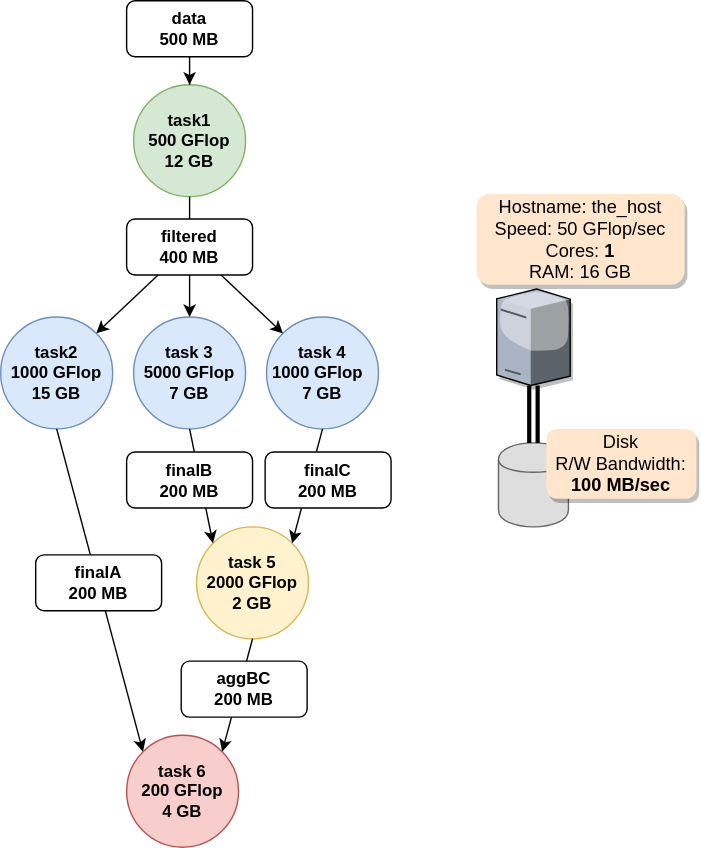
wrench-project/eduwrench keeps this draw.io diagram as web/_includes/simulation_imgs/workflow_fundamentals.svg. Above is the earlier version. Source tidied: cells renumbered, new cells last; positions are measured from the earlier drawing's top-left corner, leaving out a move shared by most shapes. Its diagram source:
```xml
<mxGraphModel>
  <root>
    <mxCell id="0" />
    <mxCell id="1" parent="0" />
    <mxCell id="2" value="&lt;div style=&quot;text-align: left&quot;&gt;&lt;br&gt;&lt;/div&gt;" style="verticalLabelPosition=bottom;html=1;verticalAlign=top;strokeColor=none;align=center;outlineConnect=0;shape=mxgraph.citrix.tower_server;shadow=1;" parent="1" vertex="1">
      <mxGeometry x="354.5" y="206" width="52.5" height="69" as="geometry" />
    </mxCell>
    <mxCell id="3" style="shape=cylinder;whiteSpace=wrap;html=1;boundedLbl=1;backgroundOutline=1;fillColor=#DEDEDE;strokeColor=#666666;fontColor=#333333;" parent="1" vertex="1">
      <mxGeometry x="355.8" y="316" width="50" height="60" as="geometry" />
    </mxCell>
    <mxCell id="4" value="&lt;div style=&quot;font-size: 13px;&quot;&gt;Disk&lt;/div&gt;&lt;div style=&quot;font-size: 13px;&quot;&gt;R/W Bandwidth: &lt;br style=&quot;font-size: 13px;&quot;&gt;&lt;/div&gt;&lt;div style=&quot;font-size: 13px;&quot;&gt;&lt;b style=&quot;font-size: 13px;&quot;&gt;100&amp;nbsp; MB/sec&lt;/b&gt;&lt;br style=&quot;font-size: 13px;&quot;&gt;&lt;/div&gt;" style="rounded=1;whiteSpace=wrap;html=1;fillColor=#ffe6cc;strokeColor=none;gradientColor=none;shadow=1;fontSize=13;" parent="1" vertex="1">
      <mxGeometry x="390" y="306" width="107.2" height="50" as="geometry" />
    </mxCell>
    <mxCell id="5" style="shape=link;html=1;strokeWidth=3;" parent="1" edge="1" source="3" target="2">
      <mxGeometry relative="1" as="geometry" />
    </mxCell>
    <mxCell id="6" value="&lt;div style=&quot;font-size: 13px&quot;&gt;&lt;span style=&quot;font-size: 13px&quot;&gt;Hostname: the_host&lt;/span&gt;&lt;/div&gt;&lt;div style=&quot;font-size: 13px&quot;&gt;&lt;span style=&quot;font-size: 13px&quot;&gt;Speed: 50 GFlop/sec&lt;/span&gt;&lt;/div&gt;&lt;div style=&quot;font-size: 13px&quot;&gt;&lt;span style=&quot;font-size: 13px&quot;&gt;Cores: &lt;b style=&quot;font-size: 13px&quot;&gt;1&lt;/b&gt;&lt;br style=&quot;font-size: 13px&quot;&gt;&lt;/span&gt;&lt;/div&gt;&lt;div style=&quot;font-size: 13px&quot;&gt;&lt;span style=&quot;font-size: 13px&quot;&gt;RAM: 16 GB&lt;/span&gt;&lt;/div&gt;" style="rounded=1;whiteSpace=wrap;html=1;fillColor=#ffe6cc;strokeColor=none;gradientColor=none;shadow=1;fontSize=13;" parent="1" vertex="1">
      <mxGeometry x="340" y="138" width="148.8" height="65" as="geometry" />
    </mxCell>
    <mxCell id="7" value="&lt;div&gt;&lt;br&gt;&lt;/div&gt;&lt;div&gt;task1&lt;/div&gt;&lt;div&gt;500 GFlop &lt;br&gt;&lt;/div&gt;&lt;div&gt;12 GB&lt;br&gt;&lt;/div&gt;&lt;div&gt;&lt;br&gt;&lt;/div&gt;" style="ellipse;whiteSpace=wrap;html=1;fillColor=#d5e8d4;strokeColor=#82b366;fontStyle=1;" parent="1" vertex="1">
      <mxGeometry x="95" y="60" width="80" height="80" as="geometry" />
    </mxCell>
    <mxCell id="8" value="&lt;div&gt;&lt;br&gt;&lt;/div&gt;&lt;div&gt;task 4&lt;/div&gt;&lt;div&gt;1000 GFlop&amp;nbsp;&amp;nbsp; 7 GB&lt;br&gt;&lt;/div&gt;&lt;div&gt;&lt;br&gt;&lt;/div&gt;" style="ellipse;whiteSpace=wrap;html=1;fillColor=#dae8fc;strokeColor=#6c8ebf;fontStyle=1;" parent="1" vertex="1">
      <mxGeometry x="190" y="226" width="80" height="80" as="geometry" />
    </mxCell>
    <mxCell id="9" value="&lt;div&gt;task2&lt;/div&gt;&lt;div&gt;1000 GFlop&lt;/div&gt;&lt;div&gt;15 GB&lt;br&gt;&lt;/div&gt;" style="ellipse;whiteSpace=wrap;html=1;fillColor=#dae8fc;strokeColor=#6c8ebf;fontStyle=1;" parent="1" vertex="1">
      <mxGeometry y="226" width="80" height="80" as="geometry" />
    </mxCell>
    <mxCell id="10" value="&lt;div&gt;&lt;b&gt;task 5&lt;/b&gt;&lt;/div&gt;&lt;div&gt;&lt;b&gt;2000 GFlop&lt;/b&gt;&lt;/div&gt;&lt;div&gt;&lt;b&gt;2 GB&lt;/b&gt;&lt;br&gt;&lt;/div&gt;" style="ellipse;whiteSpace=wrap;html=1;fillColor=#fff2cc;strokeColor=#d6b656;" parent="1" vertex="1">
      <mxGeometry x="140" y="376" width="80" height="80" as="geometry" />
    </mxCell>
    <mxCell id="11" value="&lt;div&gt;&lt;br&gt;&lt;/div&gt;&lt;div&gt;task 3&lt;/div&gt;&lt;div&gt;5000 GFlop&lt;/div&gt;&lt;div&gt;7 GB&lt;br&gt;&lt;/div&gt;&lt;div&gt;&lt;br&gt;&lt;/div&gt;" style="ellipse;whiteSpace=wrap;html=1;fillColor=#dae8fc;strokeColor=#6c8ebf;fontStyle=1;" parent="1" vertex="1">
      <mxGeometry x="95" y="226" width="80" height="80" as="geometry" />
    </mxCell>
    <mxCell id="12" style="endArrow=classic;html=1;entryX=0.5;entryY=0;exitX=0.5;exitY=1;" parent="1" edge="1" source="7" target="11">
      <mxGeometry relative="1" as="geometry" />
    </mxCell>
    <mxCell id="13" style="endArrow=classic;html=1;exitX=0.5;exitY=1;entryX=0;entryY=0;entryDx=0;entryDy=0;" parent="1" edge="1" source="9" target="22">
      <mxGeometry relative="1" as="geometry" />
    </mxCell>
    <mxCell id="14" style="endArrow=classic;html=1;exitX=0.5;exitY=1;entryX=0;entryY=0;entryDx=0;entryDy=0;" parent="1" edge="1" source="11" target="10">
      <mxGeometry relative="1" as="geometry" />
    </mxCell>
    <mxCell id="15" style="endArrow=classic;html=1;exitX=0.5;exitY=1;entryX=1;entryY=0;" parent="1" edge="1" source="8" target="10">
      <mxGeometry relative="1" as="geometry" />
    </mxCell>
    <mxCell id="16" style="edgeStyle=orthogonalEdgeStyle;rounded=0;html=1;jettySize=auto;" parent="1" edge="1" source="17" target="7">
      <mxGeometry relative="1" as="geometry" />
    </mxCell>
    <mxCell id="17" value="&lt;div&gt;data&lt;/div&gt;&lt;div&gt;500 MB&lt;br&gt;&lt;/div&gt;" style="rounded=1;whiteSpace=wrap;html=1;fontStyle=1;" parent="1" vertex="1">
      <mxGeometry x="90" width="90" height="40" as="geometry" />
    </mxCell>
    <mxCell id="18" value="&lt;div&gt;filtered&lt;br&gt;&lt;/div&gt;&lt;div&gt;400 MB&lt;/div&gt;" style="rounded=1;whiteSpace=wrap;html=1;fontStyle=1;" parent="1" vertex="1">
      <mxGeometry x="90" y="156" width="90" height="40" as="geometry" />
    </mxCell>
    <mxCell id="19" value="&lt;div&gt;finalA&lt;/div&gt;&lt;div&gt;200 MB&lt;br&gt;&lt;/div&gt;" style="rounded=1;whiteSpace=wrap;html=1;fontStyle=1;" parent="1" vertex="1">
      <mxGeometry x="25" y="396" width="90" height="40" as="geometry" />
    </mxCell>
    <mxCell id="20" value="&lt;div&gt;finalB&lt;/div&gt;&lt;div&gt;200 MB&lt;br&gt;&lt;/div&gt;" style="rounded=1;whiteSpace=wrap;html=1;fontStyle=1;" parent="1" vertex="1">
      <mxGeometry x="90" y="322.5" width="90" height="40" as="geometry" />
    </mxCell>
    <mxCell id="21" value="&lt;div&gt;finalC&lt;/div&gt;&lt;div&gt;200 MB&lt;br&gt;&lt;/div&gt;" style="rounded=1;whiteSpace=wrap;html=1;fontStyle=1;" parent="1" vertex="1">
      <mxGeometry x="189" y="322.5" width="90" height="40" as="geometry" />
    </mxCell>
    <mxCell id="22" value="&lt;div&gt;&lt;b&gt;task 6&lt;/b&gt;&lt;/div&gt;&lt;div&gt;&lt;b&gt;200 GFlop&lt;/b&gt;&lt;/div&gt;&lt;div&gt;&lt;b&gt;4 GB&lt;/b&gt;&lt;br&gt;&lt;/div&gt;" style="ellipse;whiteSpace=wrap;html=1;fillColor=#f8cecc;strokeColor=#b85450;" parent="1" vertex="1">
      <mxGeometry x="90" y="525" width="80" height="80" as="geometry" />
    </mxCell>
    <mxCell id="23" style="endArrow=classic;html=1;entryX=1;entryY=0;exitX=0.5;exitY=1;entryDx=0;entryDy=0;" parent="1" edge="1" source="10" target="22">
      <mxGeometry relative="1" as="geometry" />
    </mxCell>
    <mxCell id="24" value="&lt;div&gt;aggBC&lt;/div&gt;&lt;div&gt;200 MB&lt;br&gt;&lt;/div&gt;" style="rounded=1;whiteSpace=wrap;html=1;fontStyle=1;" parent="1" vertex="1">
      <mxGeometry x="129" y="472" width="90" height="40" as="geometry" />
    </mxCell>
    <mxCell id="25" style="endArrow=classic;html=1;exitX=0.25;exitY=1;exitDx=0;exitDy=0;entryX=1;entryY=0;entryDx=0;entryDy=0;" parent="1" edge="1" source="18" target="9">
      <mxGeometry relative="1" as="geometry" />
    </mxCell>
    <mxCell id="26" style="endArrow=classic;html=1;exitX=0.75;exitY=1;exitDx=0;exitDy=0;entryX=0;entryY=0;entryDx=0;entryDy=0;" parent="1" edge="1" source="18" target="8">
      <mxGeometry relative="1" as="geometry" />
    </mxCell>
  </root>
</mxGraphModel>
```
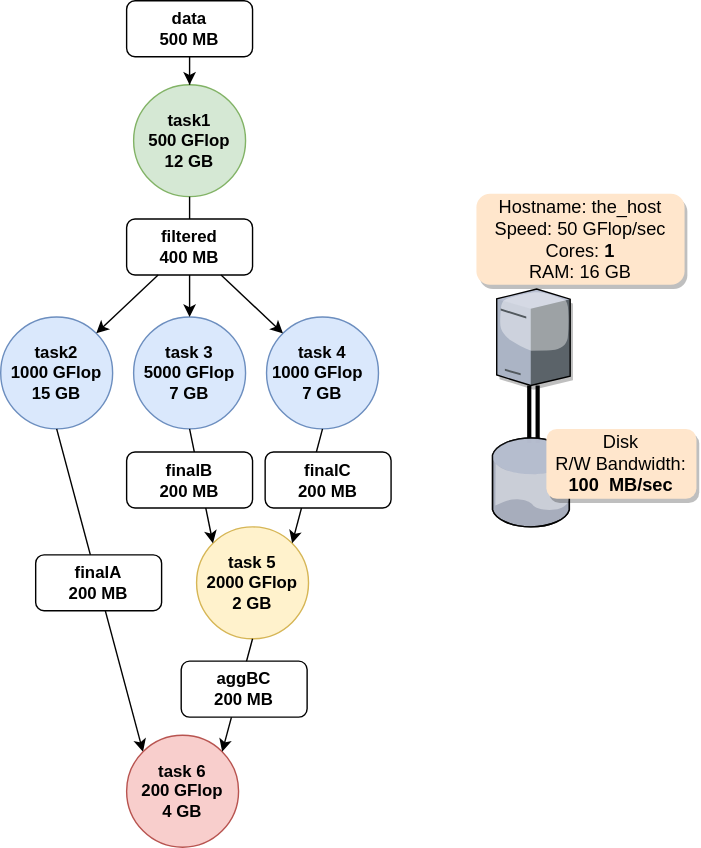
After the change.

The edit, as a diff of the source:
```diff
@@ -5,14 +5,10 @@
     <mxCell id="2" value="&lt;div style=&quot;text-align: left&quot;&gt;&lt;br&gt;&lt;/div&gt;" style="verticalLabelPosition=bottom;html=1;verticalAlign=top;strokeColor=none;align=center;outlineConnect=0;shape=mxgraph.citrix.tower_server;shadow=1;" parent="1" vertex="1">
       <mxGeometry x="354.5" y="206" width="52.5" height="69" as="geometry" />
     </mxCell>
-    <mxCell id="3" style="shape=cylinder;whiteSpace=wrap;html=1;boundedLbl=1;backgroundOutline=1;fillColor=#DEDEDE;strokeColor=#666666;fontColor=#333333;" parent="1" vertex="1">
-      <mxGeometry x="355.8" y="316" width="50" height="60" as="geometry" />
-    </mxCell>
-    <mxCell id="4" value="&lt;div style=&quot;font-size: 13px;&quot;&gt;Disk&lt;/div&gt;&lt;div style=&quot;font-size: 13px;&quot;&gt;R/W Bandwidth: &lt;br style=&quot;font-size: 13px;&quot;&gt;&lt;/div&gt;&lt;div style=&quot;font-size: 13px;&quot;&gt;&lt;b style=&quot;font-size: 13px;&quot;&gt;100&amp;nbsp; MB/sec&lt;/b&gt;&lt;br style=&quot;font-size: 13px;&quot;&gt;&lt;/div&gt;" style="rounded=1;whiteSpace=wrap;html=1;fillColor=#ffe6cc;strokeColor=none;gradientColor=none;shadow=1;fontSize=13;" parent="1" vertex="1">
-      <mxGeometry x="390" y="306" width="107.2" height="50" as="geometry" />
-    </mxCell>
-    <mxCell id="5" style="shape=link;html=1;strokeWidth=3;" parent="1" edge="1" source="3" target="2">
-      <mxGeometry relative="1" as="geometry" />
+    <mxCell id="5" style="shape=link;html=1;strokeWidth=3;" parent="1" edge="1" target="2">
+      <mxGeometry relative="1" as="geometry">
+        <mxPoint x="380.8" y="316" as="sourcePoint" />
+      </mxGeometry>
     </mxCell>
     <mxCell id="6" value="&lt;div style=&quot;font-size: 13px&quot;&gt;&lt;span style=&quot;font-size: 13px&quot;&gt;Hostname: the_host&lt;/span&gt;&lt;/div&gt;&lt;div style=&quot;font-size: 13px&quot;&gt;&lt;span style=&quot;font-size: 13px&quot;&gt;Speed: 50 GFlop/sec&lt;/span&gt;&lt;/div&gt;&lt;div style=&quot;font-size: 13px&quot;&gt;&lt;span style=&quot;font-size: 13px&quot;&gt;Cores: &lt;b style=&quot;font-size: 13px&quot;&gt;1&lt;/b&gt;&lt;br style=&quot;font-size: 13px&quot;&gt;&lt;/span&gt;&lt;/div&gt;&lt;div style=&quot;font-size: 13px&quot;&gt;&lt;span style=&quot;font-size: 13px&quot;&gt;RAM: 16 GB&lt;/span&gt;&lt;/div&gt;" style="rounded=1;whiteSpace=wrap;html=1;fillColor=#ffe6cc;strokeColor=none;gradientColor=none;shadow=1;fontSize=13;" parent="1" vertex="1">
       <mxGeometry x="340" y="138" width="148.8" height="65" as="geometry" />
@@ -77,5 +73,11 @@
     <mxCell id="26" style="endArrow=classic;html=1;exitX=0.75;exitY=1;exitDx=0;exitDy=0;entryX=0;entryY=0;entryDx=0;entryDy=0;" parent="1" edge="1" source="18" target="8">
       <mxGeometry relative="1" as="geometry" />
     </mxCell>
+    <mxCell id="27" style="verticalLabelPosition=bottom;html=1;verticalAlign=top;strokeColor=none;align=center;shape=mxgraph.citrix.database;fillColor=#808080;opacity=90;" parent="1" vertex="1">
+      <mxGeometry x="351.4" y="312.5" width="55.6" height="63.5" as="geometry" />
+    </mxCell>
+    <mxCell id="4" value="&lt;div style=&quot;font-size: 13px;&quot;&gt;Disk&lt;/div&gt;&lt;div style=&quot;font-size: 13px;&quot;&gt;R/W Bandwidth: &lt;br style=&quot;font-size: 13px;&quot;&gt;&lt;/div&gt;&lt;div style=&quot;font-size: 13px;&quot;&gt;&lt;b style=&quot;font-size: 13px;&quot;&gt;100&amp;nbsp; MB/sec&lt;/b&gt;&lt;br style=&quot;font-size: 13px;&quot;&gt;&lt;/div&gt;" style="rounded=1;whiteSpace=wrap;html=1;fillColor=#ffe6cc;strokeColor=none;gradientColor=none;shadow=1;fontSize=13;" parent="1" vertex="1">
+      <mxGeometry x="390" y="306" width="107.2" height="50" as="geometry" />
+    </mxCell>
   </root>
 </mxGraphModel>
```
